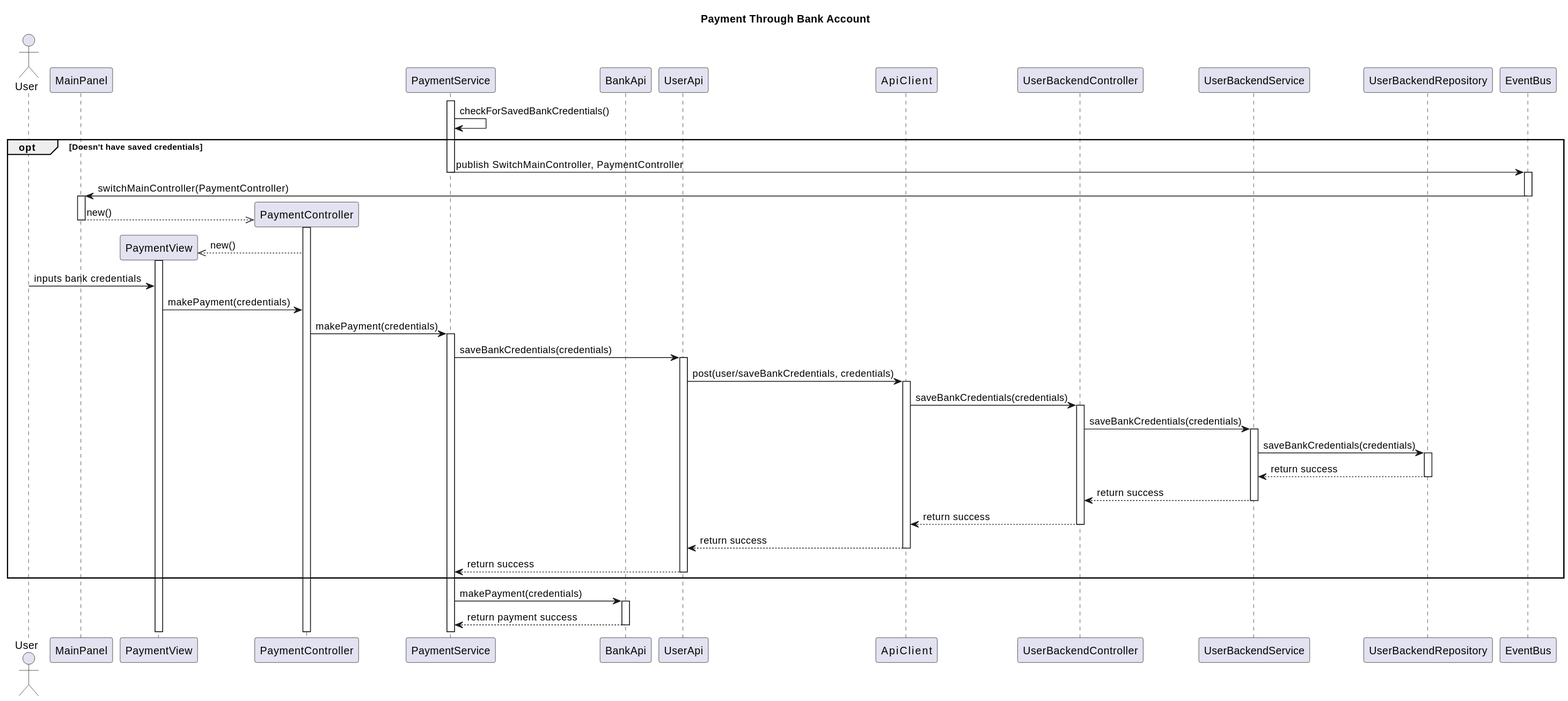
RubenKingCP/Tunix keeps this PlantUML diagram as Paradoteo_4/SequenceDiagrams-v0.3/PaymentThroughBankAccount.svg. Above is the earlier version.
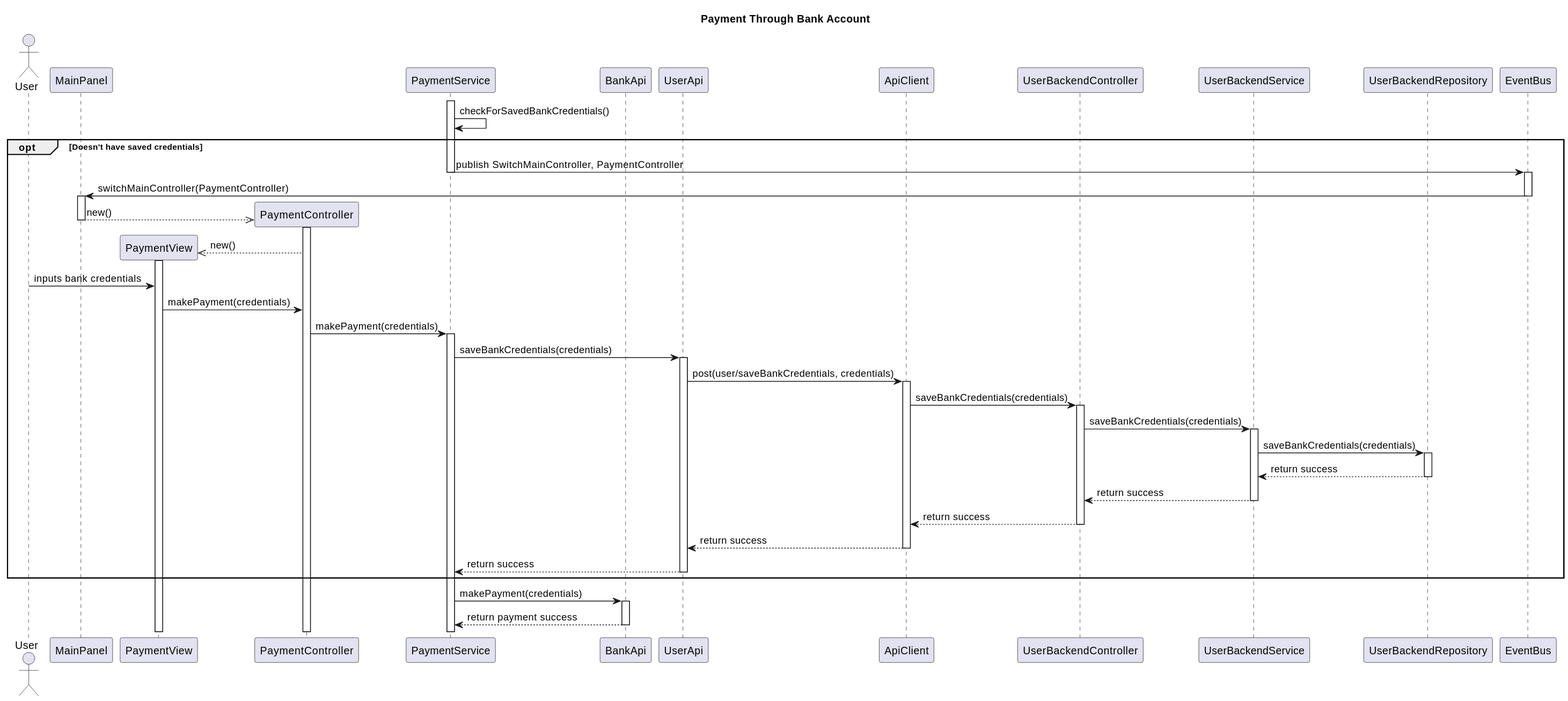
Later version of the same file.

Change to the diagram source:
```diff
@@ -9,7 +9,7 @@
 participant PaymentService
 participant BankApi
 participant UserApi
-participant ApiService
+participant ApiClient
 participant UserBackendController
 participant UserBackendService
 participant UserBackendRepository
@@ -40,9 +40,9 @@
 
 PaymentService -> UserApi : saveBankCredentials(credentials)
 activate UserApi
-UserApi -> ApiService : post(user/saveBankCredentials, credentials)
-activate ApiService
-ApiService -> UserBackendController : saveBankCredentials(credentials)
+UserApi -> ApiClient : post(user/saveBankCredentials, credentials)
+activate ApiClient
+ApiClient -> UserBackendController : saveBankCredentials(credentials)
 activate UserBackendController
 UserBackendController -> UserBackendService : saveBankCredentials(credentials)
 activate UserBackendService
@@ -52,10 +52,10 @@
 deactivate UserBackendRepository
 UserBackendService --> UserBackendController : return success
 deactivate UserBackendService
-UserBackendController --> ApiService : return success
+UserBackendController --> ApiClient : return success
 deactivate UserBackendController
-ApiService --> UserApi : return success
-deactivate ApiService
+ApiClient --> UserApi : return success
+deactivate ApiClient
 UserApi --> PaymentService : return success
 deactivate UserApi
 end
```
